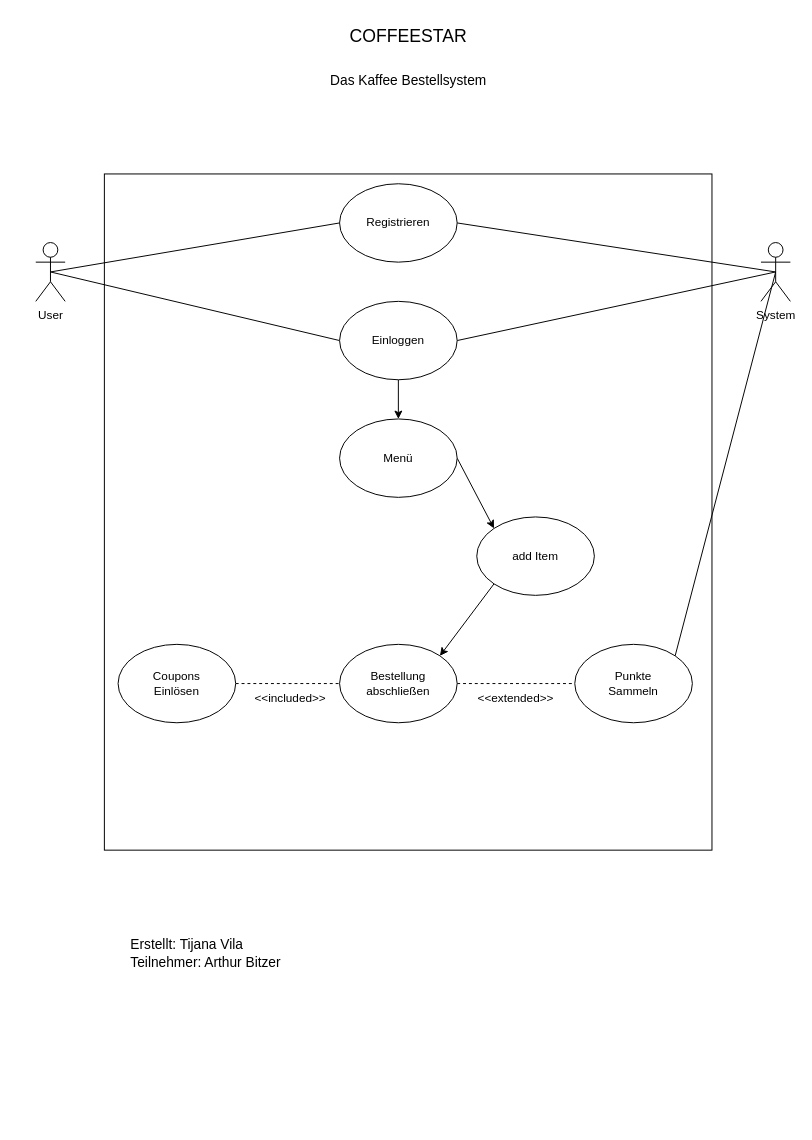
TVil23/CoffeeStar keeps this draw.io diagram as CoffeeStar-Planung/CoffeeStar-UML.drawio. Above is the earlier version. Source tidied: cells renumbered, new cells numbered last; positions are measured from the earlier drawing's top-left corner, leaving out a move shared by most shapes. Both pictures are drawn from the tidied source at 98%, with x=0, y=0 at pixel (35, 17).
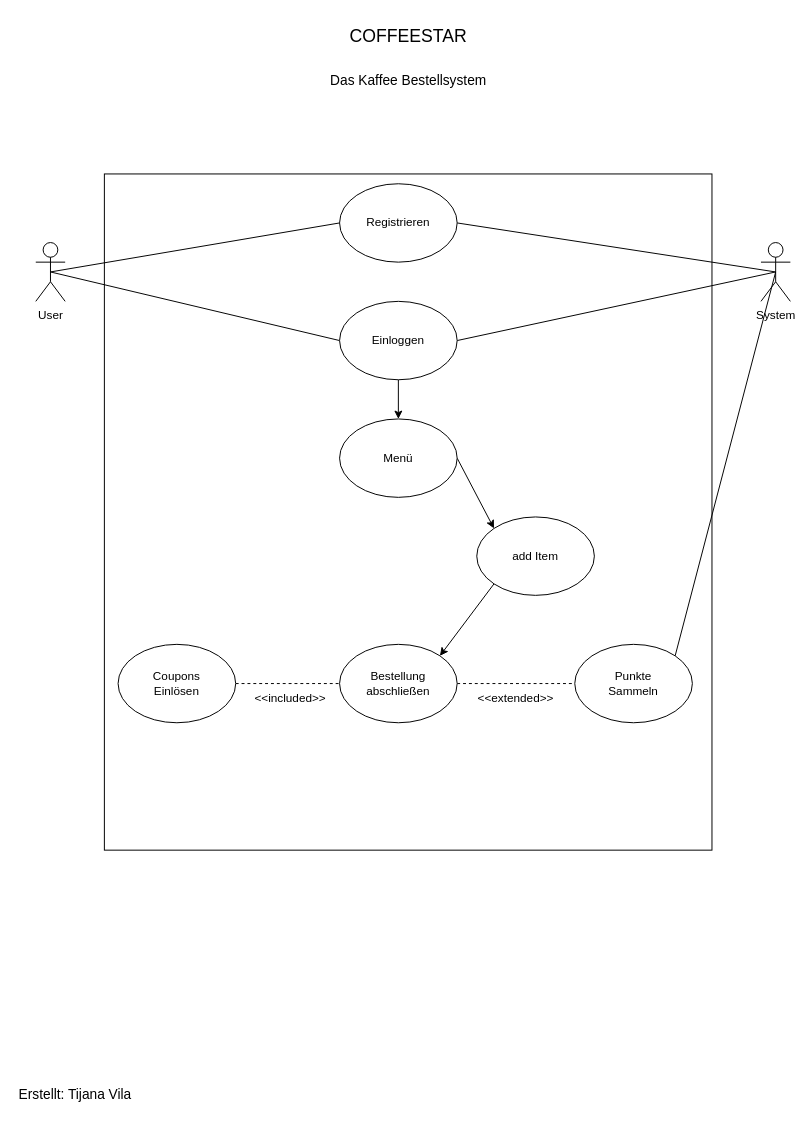
The same diagram, later.

Change to the diagram source:
```diff
@@
-    <mxCell id="24" value="&lt;p style=&quot;line-height: 130%; font-size: 14px;&quot;&gt;Erstellt: Tijana Vila&lt;br&gt;Teilnehmer: Arthur Bitzer&lt;/p&gt;" style="text;html=1;align=left;verticalAlign=middle;whiteSpace=wrap;rounded=0;" parent="1" vertex="1">
-      <mxGeometry x="95" y="910" width="250" height="90" as="geometry" />
+    <mxCell id="24" value="&lt;p style=&quot;line-height: 130%; font-size: 14px;&quot;&gt;Erstellt: Tijana Vila&lt;br&gt;&lt;/p&gt;" style="text;html=1;align=left;verticalAlign=middle;whiteSpace=wrap;rounded=0;" parent="1" vertex="1">
+      <mxGeometry x="-19" y="1069" width="146" height="60" as="geometry" />
     </mxCell>
```
